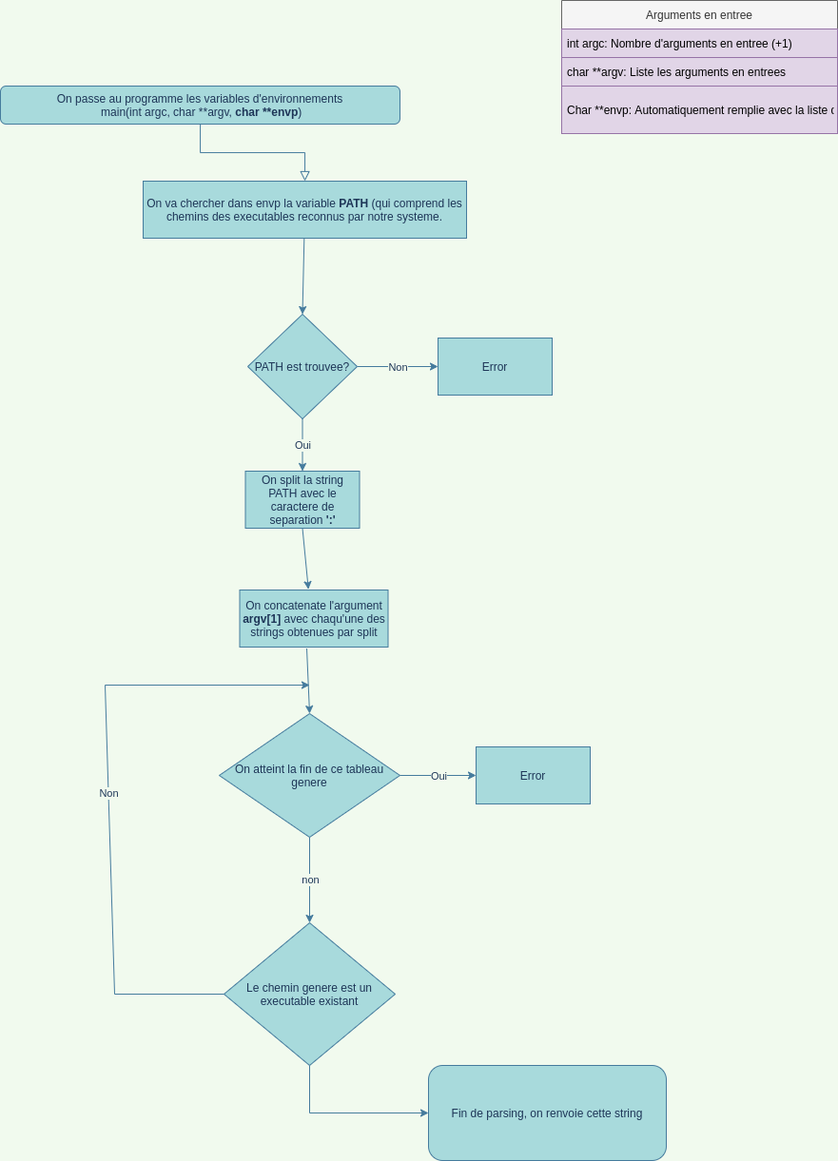
Above: docs/diagrams/parsing.drawio.png in Adam-Maroni/pipex_ceedling (draw.io), before the change. Source tidied: cells renumbered, new cells last; positions are measured from the earlier drawing's top-left corner, leaving out a move shared by most shapes.
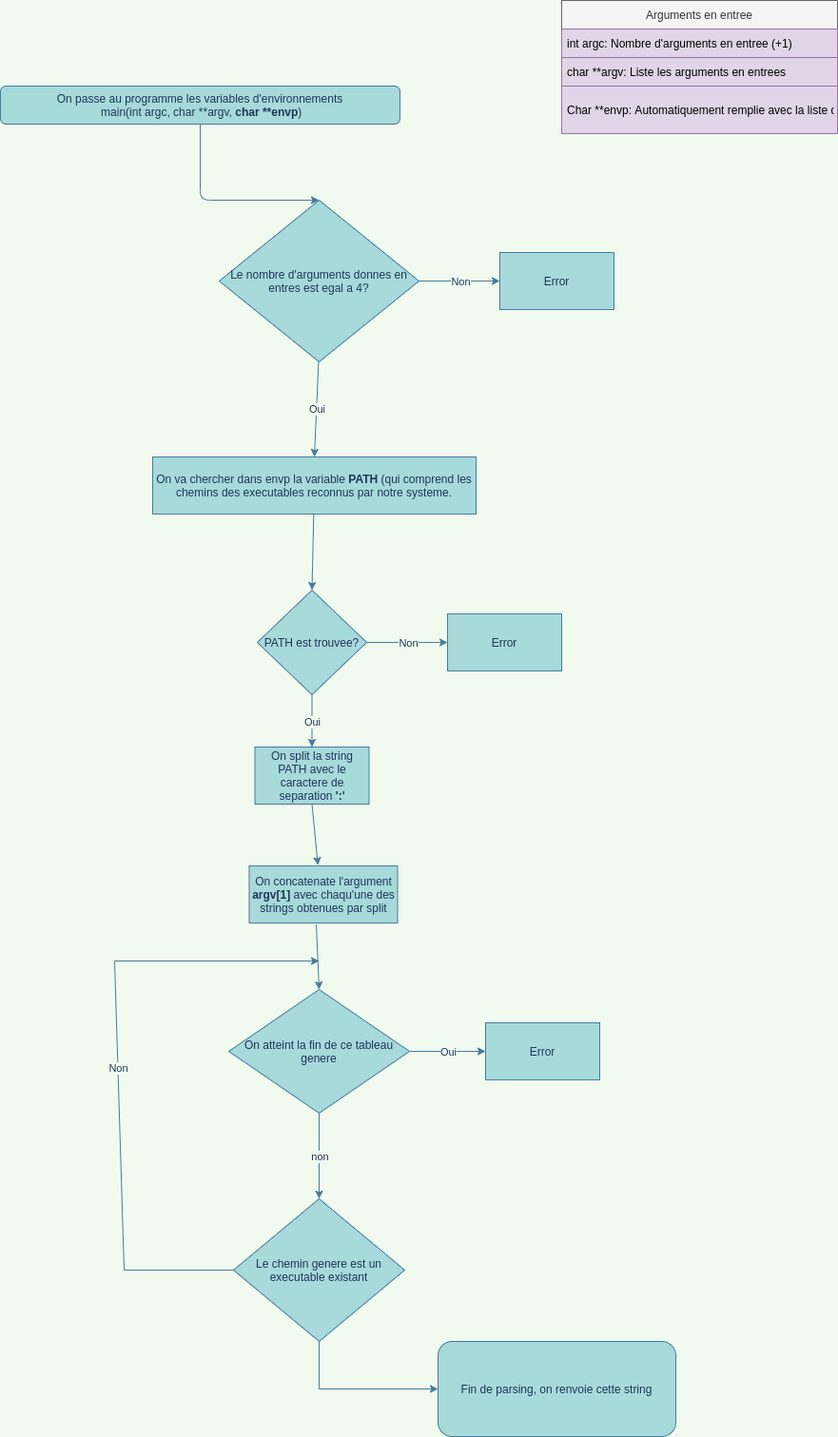
Above is the later version.

Change to the diagram source:
```diff
@@ -2,11 +2,8 @@
   <root>
     <mxCell id="0" />
     <mxCell id="1" parent="0" />
-    <mxCell id="2" style="rounded=0;html=1;jettySize=auto;fontSize=11;endArrow=block;endFill=0;endSize=8;strokeWidth=1;shadow=0;labelBackgroundColor=none;edgeStyle=orthogonalEdgeStyle;strokeColor=#457B9D;fontColor=#1D3557;" parent="1" edge="1" source="3" target="4">
-      <mxGeometry relative="1" as="geometry" />
-    </mxCell>
     <mxCell id="3" value="On passe au programme les variables d'environnements&lt;br&gt;&amp;nbsp;main(int argc, char **argv, &lt;b&gt;char **envp&lt;/b&gt;)" style="rounded=1;whiteSpace=wrap;html=1;fontSize=12;glass=0;strokeWidth=1;shadow=0;fillColor=#A8DADC;strokeColor=#457B9D;fontColor=#1D3557;" parent="1" vertex="1">
-      <mxGeometry y="90" width="420" height="40" as="geometry" />
+      <mxGeometry x="-10" y="-200" width="420" height="40" as="geometry" />
     </mxCell>
     <mxCell id="4" value="On va chercher dans envp la variable &lt;b&gt;PATH&lt;/b&gt; (qui comprend les chemins des executables reconnus par notre systeme." style="rounded=0;whiteSpace=wrap;html=1;fillColor=#A8DADC;strokeColor=#457B9D;fontColor=#1D3557;" parent="1" vertex="1">
       <mxGeometry x="150" y="190" width="340" height="60" as="geometry" />
@@ -42,7 +39,7 @@
       <mxGeometry x="251.5" y="620" width="156" height="60" as="geometry" />
     </mxCell>
     <mxCell id="15" value="Arguments en entree" style="swimlane;fontStyle=0;horizontal=1;startSize=30;fillColor=#f5f5f5;strokeColor=#666666;fontColor=#333333;" parent="1" vertex="1">
-      <mxGeometry x="590" width="290" height="140" as="geometry" />
+      <mxGeometry x="580" y="-290" width="290" height="140" as="geometry" />
     </mxCell>
     <mxCell id="16" value="int argc: Nombre d'arguments en entree (+1) " style="text;strokeColor=#9673a6;fillColor=#e1d5e7;align=left;verticalAlign=middle;spacingLeft=4;spacingRight=4;overflow=hidden;" parent="15" vertex="1">
       <mxGeometry y="30" width="290" height="30" as="geometry" />
@@ -99,5 +96,34 @@
         </Array>
       </mxGeometry>
     </mxCell>
+    <mxCell id="31" value="Le nombre d'arguments donnes en entres est egal a 4?" style="rhombus;whiteSpace=wrap;html=1;rounded=0;sketch=0;fontColor=#1D3557;strokeColor=#457B9D;fillColor=#A8DADC;" parent="1" vertex="1">
+      <mxGeometry x="220" y="-80" width="210" height="170" as="geometry" />
+    </mxCell>
+    <mxCell id="32" style="endArrow=classic;html=1;rounded=0;entryX=0.5;entryY=0;entryDx=0;entryDy=0;exitX=0.5;exitY=1;exitDx=0;exitDy=0;labelBackgroundColor=#F1FAEE;strokeColor=#457B9D;fontColor=#1D3557;" parent="1" edge="1" target="4">
+      <mxGeometry relative="1" as="geometry">
+        <mxPoint x="324.4" y="90" as="sourcePoint" />
+      </mxGeometry>
+    </mxCell>
+    <mxCell id="33" value="Oui" style="edgeLabel;html=1;align=center;verticalAlign=middle;labelBackgroundColor=#F1FAEE;fontColor=#1D3557;" parent="32" vertex="1">
+      <mxGeometry relative="1" as="geometry" />
+    </mxCell>
+    <mxCell id="34" value="Error" style="rounded=0;whiteSpace=wrap;html=1;fillColor=#A8DADC;strokeColor=#457B9D;fontColor=#1D3557;" parent="1" vertex="1">
+      <mxGeometry x="515" y="-25" width="120" height="60" as="geometry" />
+    </mxCell>
+    <mxCell id="35" style="endArrow=classic;html=1;rounded=0;entryX=0;entryY=0.5;entryDx=0;entryDy=0;exitX=1;exitY=0.5;exitDx=0;exitDy=0;labelBackgroundColor=#F1FAEE;strokeColor=#457B9D;fontColor=#1D3557;" parent="1" edge="1" target="34">
+      <mxGeometry relative="1" as="geometry">
+        <mxPoint x="430" y="5" as="sourcePoint" />
+      </mxGeometry>
+    </mxCell>
+    <mxCell id="36" value="Non" style="edgeLabel;html=1;align=center;verticalAlign=middle;labelBackgroundColor=#F1FAEE;fontColor=#1D3557;" parent="35" vertex="1">
+      <mxGeometry relative="1" as="geometry" />
+    </mxCell>
+    <mxCell id="37" style="endArrow=classic;html=1;rounded=1;sketch=0;fontColor=#1D3557;strokeColor=#457B9D;fillColor=#A8DADC;curved=0;entryX=0.5;entryY=0;entryDx=0;entryDy=0;exitX=0.5;exitY=1;exitDx=0;exitDy=0;" parent="1" edge="1" source="3" target="31">
+      <mxGeometry relative="1" as="geometry">
+        <Array as="points">
+          <mxPoint x="200" y="-80" />
+        </Array>
+      </mxGeometry>
+    </mxCell>
   </root>
 </mxGraphModel>
```
